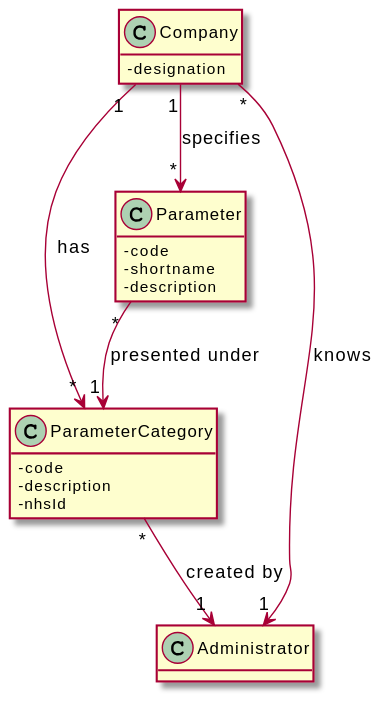
RuiRioPina/LAPR2-20-21 keeps this PlantUML diagram as docs/SprintB/US_10/US10_MD.svg. Above is the earlier version. Source of this version:
```plantuml
@startuml
skinparam classAttributeIconSize 0
hide methods

class ParameterCategory {
  -code
  -description
  -nhsId
}

class Company {
  -designation
}

class Parameter {
 -code
 -shortname
 -description
}

class Administrator {
}

Company "1" --> "*" Parameter : specifies
Company "1" --> "*" ParameterCategory : has
Parameter "*" --> "1" ParameterCategory : presented under
ParameterCategory "*" --> "1" Administrator : created by
Company "*" --> "1" Administrator : knows
@enduml
```
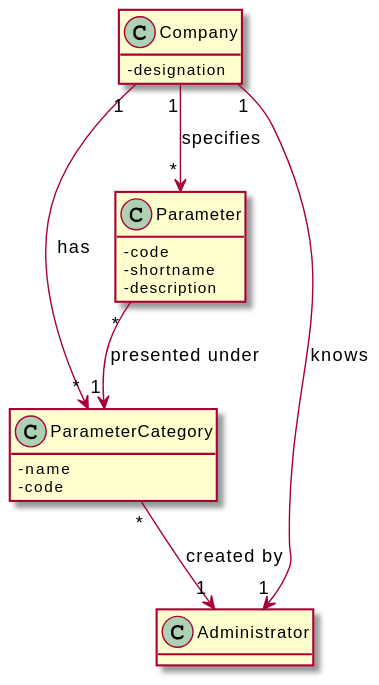
The same diagram one commit later.

Commit message:
Domain Model updated

The edit, as a diff of the source:
```diff
@@ -3,9 +3,8 @@
 hide methods
 
 class ParameterCategory {
+  -name
   -code
-  -description
-  -nhsId
 }
 
 class Company {
@@ -25,5 +24,5 @@
 Company "1" --> "*" ParameterCategory : has
 Parameter "*" --> "1" ParameterCategory : presented under
 ParameterCategory "*" --> "1" Administrator : created by
-Company "*" --> "1" Administrator : knows
+Company "1" --> "1" Administrator : knows
 @enduml
```
